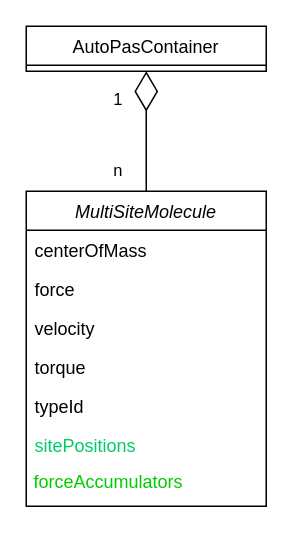
This is moleculeApproach.drawio from penguincarol/rattle, a draw.io file, before an edit. Source tidied: cells renumbered, new cells numbered last; positions are measured from the earlier drawing's top-left corner, leaving out a move shared by most shapes. Both pictures are drawn from the tidied source at 150%, with x=0, y=0 at pixel (26, 26).
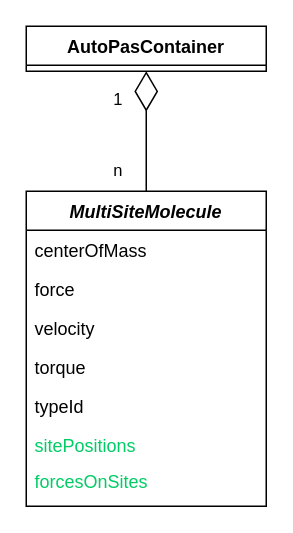
The same diagram, later.

Diff of the diagram source:
```diff
@@
 <mxGraphModel>
   <root>
     <mxCell id="0" />
     <mxCell id="1" parent="0" />
-    <mxCell id="2" value="MultiSiteMolecule" style="swimlane;fontStyle=2;align=center;verticalAlign=top;horizontal=1;startSize=26;rounded=0;shadow=0;strokeWidth=1;" parent="1" vertex="1">
+    <mxCell id="2" value="MultiSiteMolecule" style="swimlane;fontStyle=3;align=center;verticalAlign=top;horizontal=1;startSize=26;rounded=0;shadow=0;strokeWidth=1;" parent="1" vertex="1">
       <mxGeometry y="110" width="160" height="210" as="geometry" />
     </mxCell>
     <mxCell id="3" value="centerOfMass" style="text;align=left;verticalAlign=top;spacingLeft=4;spacingRight=4;overflow=hidden;" parent="2" vertex="1">
       <mxGeometry y="26" width="160" height="26" as="geometry" />
     </mxCell>
     <mxCell id="4" value="force" style="text;align=left;verticalAlign=top;spacingLeft=4;spacingRight=4;overflow=hidden;rounded=0;shadow=0;html=0;" parent="2" vertex="1">
       <mxGeometry y="52" width="160" height="26" as="geometry" />
     </mxCell>
     <mxCell id="5" value="velocity" style="text;align=left;verticalAlign=top;spacingLeft=4;spacingRight=4;overflow=hidden;rounded=0;shadow=0;html=0;" parent="2" vertex="1">
       <mxGeometry y="78" width="160" height="26" as="geometry" />
     </mxCell>
     <mxCell id="6" value="torque" style="text;align=left;verticalAlign=top;spacingLeft=4;spacingRight=4;overflow=hidden;rounded=0;shadow=0;html=0;" parent="2" vertex="1">
       <mxGeometry y="104" width="160" height="26" as="geometry" />
     </mxCell>
     <mxCell id="7" value="typeId" style="text;align=left;verticalAlign=top;spacingLeft=4;spacingRight=4;overflow=hidden;rounded=0;shadow=0;html=0;" parent="2" vertex="1">
       <mxGeometry y="130" width="160" height="26" as="geometry" />
     </mxCell>
     <mxCell id="8" value="sitePositions" style="text;align=left;verticalAlign=top;spacingLeft=4;spacingRight=4;overflow=hidden;rounded=0;shadow=0;html=0;fontColor=#00CC66;" parent="2" vertex="1">
       <mxGeometry y="156" width="160" height="24" as="geometry" />
     </mxCell>
-    <mxCell id="9" value="&lt;font color=&quot;#00cc00&quot;&gt;&amp;nbsp;forceAccumulators&lt;/font&gt;" style="text;whiteSpace=wrap;html=1;" parent="2" vertex="1">
-      <mxGeometry y="180" width="160" height="20" as="geometry" />
-    </mxCell>
+    <mxCell id="14" value="forcesOnSites" style="text;align=left;verticalAlign=top;spacingLeft=4;spacingRight=4;overflow=hidden;rounded=0;shadow=0;html=0;fontColor=#00CC66;" parent="2" vertex="1">
+      <mxGeometry y="180" width="160" height="24" as="geometry" />
+    </mxCell>
-    <mxCell id="10" value="AutoPasContainer" style="swimlane;fontStyle=0;align=center;verticalAlign=top;horizontal=1;startSize=26;rounded=0;shadow=0;strokeWidth=1;" parent="1" vertex="1">
+    <mxCell id="10" value="AutoPasContainer" style="swimlane;fontStyle=1;align=center;verticalAlign=top;horizontal=1;startSize=26;rounded=0;shadow=0;strokeWidth=1;" parent="1" vertex="1">
       <mxGeometry width="160" height="30" as="geometry" />
     </mxCell>
     <mxCell id="11" style="endArrow=diamondThin;endFill=0;endSize=24;html=1;rounded=0;entryX=0.5;entryY=1;entryDx=0;entryDy=0;exitX=0.5;exitY=0;exitDx=0;exitDy=0;" parent="1" edge="1" source="2" target="10">
       <mxGeometry relative="1" as="geometry" />
     </mxCell>
     <mxCell id="12" value="1" style="edgeLabel;html=1;align=center;verticalAlign=middle;" parent="11" vertex="1">
       <mxGeometry x="0.54" y="-1" relative="1" as="geometry">
         <mxPoint x="-21" as="offset" />
       </mxGeometry>
     </mxCell>
     <mxCell id="13" value="n" style="edgeLabel;html=1;align=center;verticalAlign=middle;" parent="11" vertex="1">
       <mxGeometry x="-0.63" y="-2" relative="1" as="geometry">
         <mxPoint x="-22" as="offset" />
       </mxGeometry>
     </mxCell>
   </root>
 </mxGraphModel>
```
